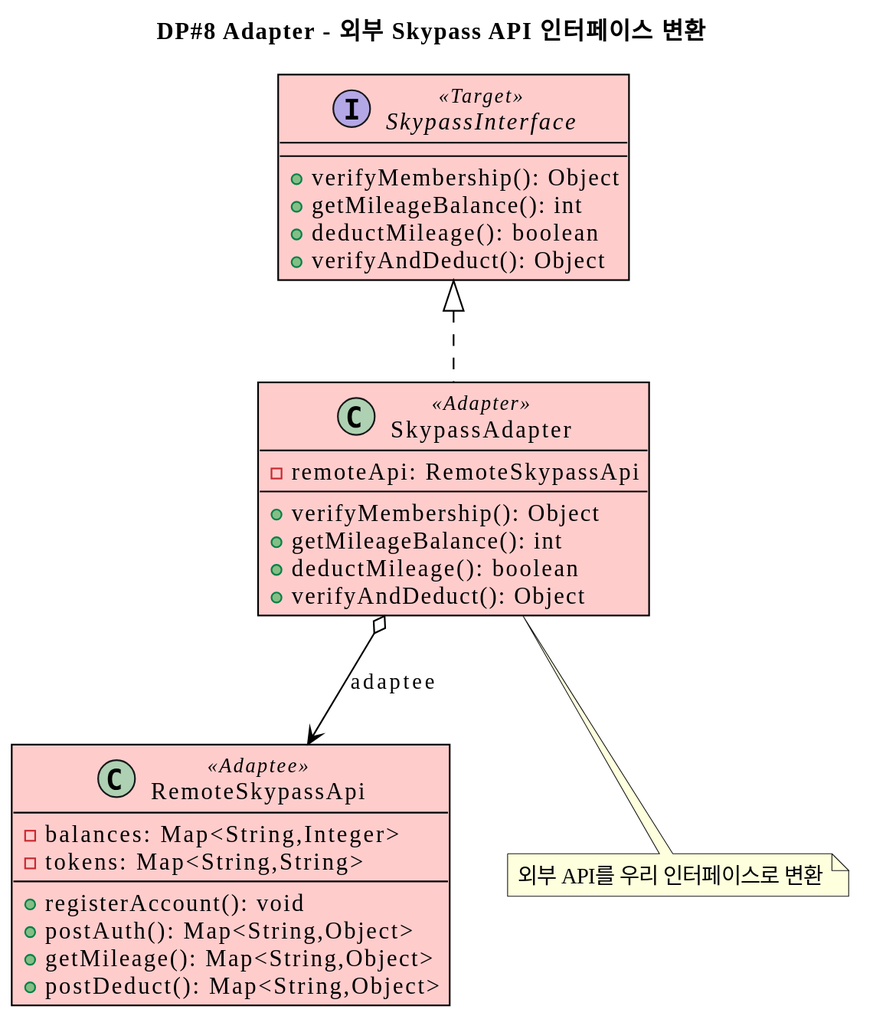
gimjungwook/KoreanAirReservationDomain keeps this PlantUML diagram as docs/iteration-reports/iter4-deck-simple/assets/dg-dp8.svg. Above is the earlier version.
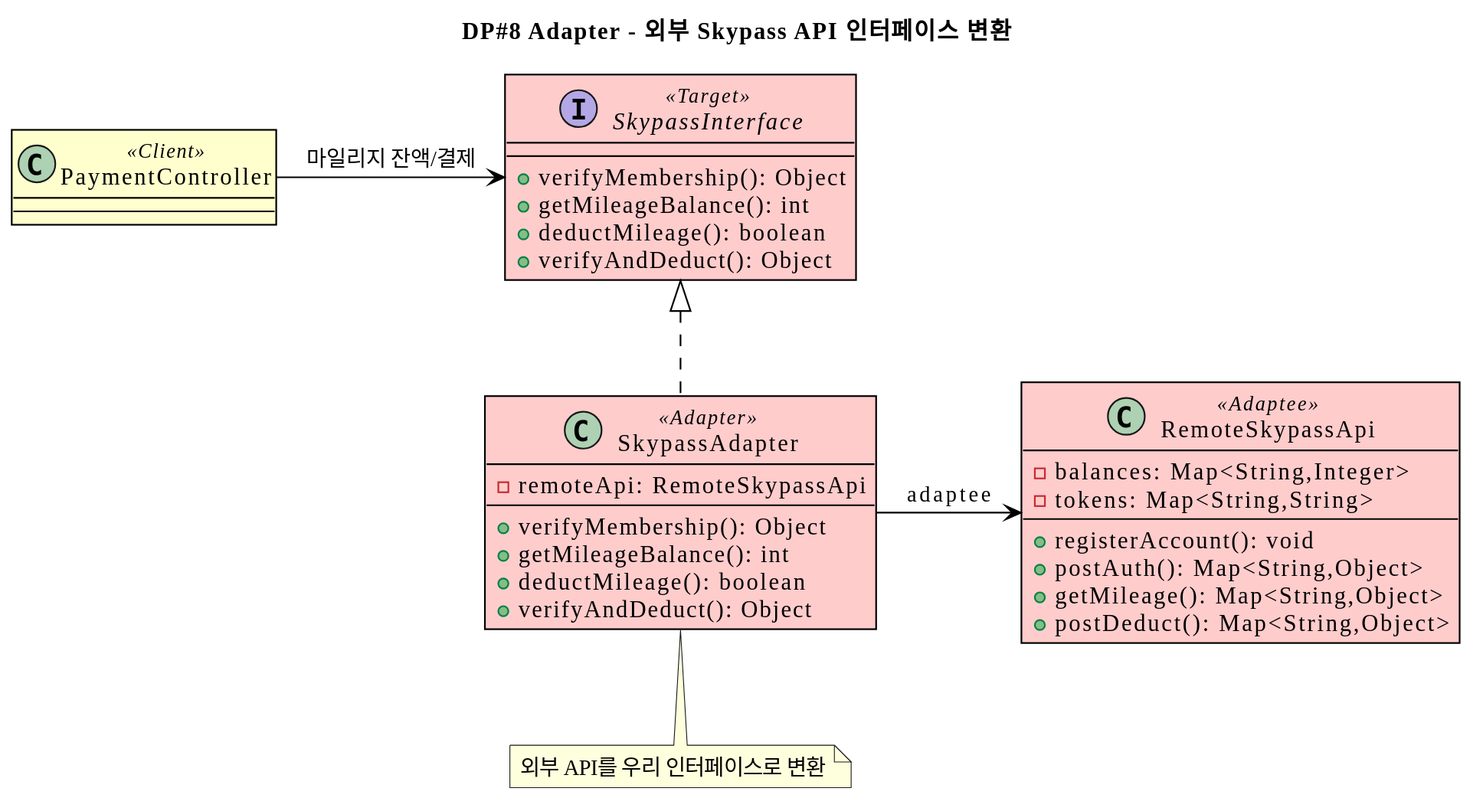
After the commit.

Change to the diagram source:
```diff
@@ -24,7 +24,9 @@
   +getMileage(): Map<String,Object>
   +postDeduct(): Map<String,Object>
 }
+class PaymentController <<Client>>
+PaymentController -right-> SkypassInterface : 마일리지 잔액/결제
 SkypassInterface <|.. SkypassAdapter
-SkypassAdapter o--> RemoteSkypassApi : adaptee
+SkypassAdapter -right-> RemoteSkypassApi : adaptee
 note bottom of SkypassAdapter : 외부 API를 우리 인터페이스로 변환
 @enduml
```
